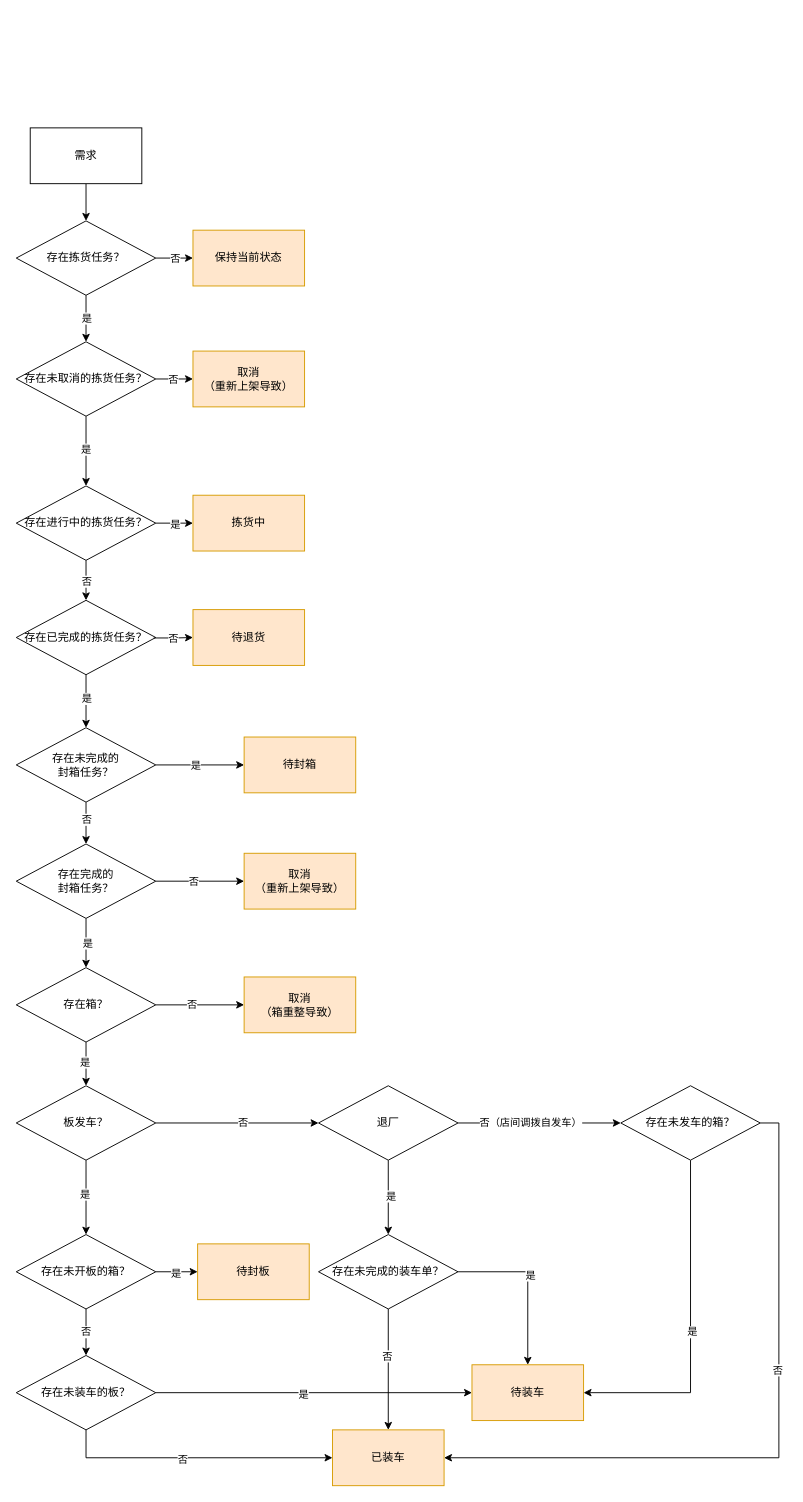
This is page "需求状态" (7 of 7) of work/revert/产生拣货批单.drawio from aspojo/diagrams, a draw.io file, before an edit. Source tidied: cells renumbered, new cells numbered last; positions are measured from the earlier drawing's top-left corner, leaving out a move shared by most shapes. Both pictures are drawn from the tidied source at 93%, with x=0, y=0 at pixel (16, 127).
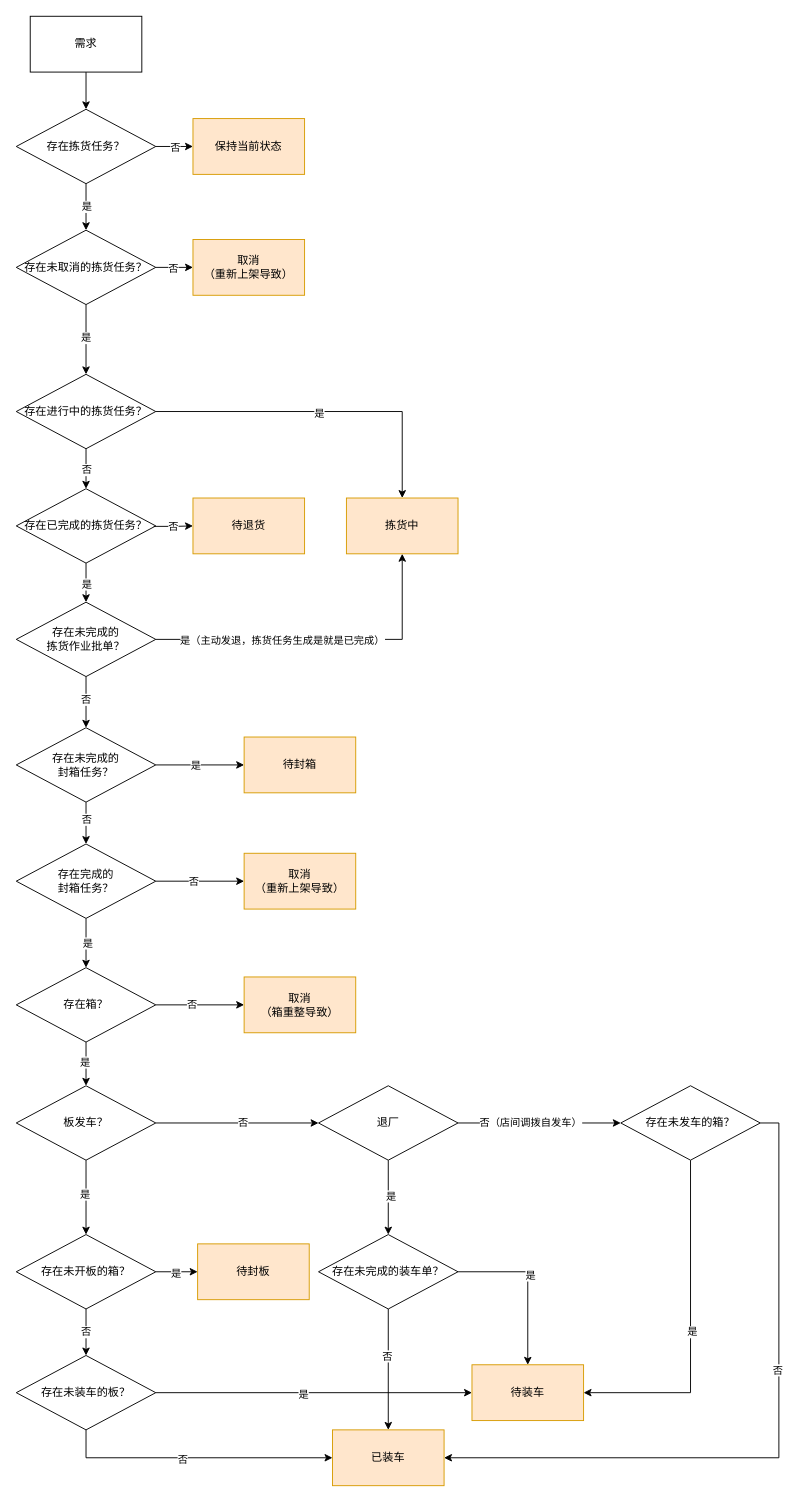
The same diagram, later.

Commit message:
更新产生拣货批单.drawio

The change refers to these unchanged cells:
```xml
<mxCell id="8" value="存在未完成的&lt;br&gt;封箱任务？" style="rhombus;whiteSpace=wrap;html=1;" parent="1" vertex="1">
  <mxGeometry y="645" width="150" height="80" as="geometry" />
</mxCell>
```

What changed in the source:
```diff
@@
     <mxCell id="3" value="需求" style="rounded=0;whiteSpace=wrap;html=1;" parent="1" vertex="1">
-      <mxGeometry x="15" width="120" height="60" as="geometry" />
+      <mxGeometry x="15" y="-120" width="120" height="60" as="geometry" />
     </mxCell>
@@
     <mxCell id="57" value="存在拣货任务？" style="rhombus;whiteSpace=wrap;html=1;" parent="1" vertex="1">
-      <mxGeometry y="100" width="150" height="80" as="geometry" />
+      <mxGeometry y="-20" width="150" height="80" as="geometry" />
     </mxCell>
@@
     <mxCell id="60" value="保持当前状态" style="whiteSpace=wrap;html=1;fillColor=#ffe6cc;strokeColor=#d79b00;" parent="1" vertex="1">
-      <mxGeometry x="190" y="110" width="120" height="60" as="geometry" />
+      <mxGeometry x="190" y="-10" width="120" height="60" as="geometry" />
     </mxCell>
@@
     <mxCell id="65" value="存在未取消的拣货任务？" style="rhombus;whiteSpace=wrap;html=1;" parent="1" vertex="1">
-      <mxGeometry y="230" width="150" height="80" as="geometry" />
+      <mxGeometry y="110" width="150" height="80" as="geometry" />
     </mxCell>
     <mxCell id="66" value="取消&lt;br&gt;（重新上架导致）" style="whiteSpace=wrap;html=1;fillColor=#ffe6cc;strokeColor=#d79b00;" parent="1" vertex="1">
-      <mxGeometry x="190" y="240" width="120" height="60" as="geometry" />
+      <mxGeometry x="190" y="120" width="120" height="60" as="geometry" />
     </mxCell>
@@
     <mxCell id="71" value="存在进行中的拣货任务？" style="rhombus;whiteSpace=wrap;html=1;" parent="1" vertex="1">
-      <mxGeometry y="385" width="150" height="80" as="geometry" />
+      <mxGeometry y="265" width="150" height="80" as="geometry" />
     </mxCell>
     <mxCell id="72" value="拣货中" style="whiteSpace=wrap;html=1;fillColor=#ffe6cc;strokeColor=#d79b00;" parent="1" vertex="1">
-      <mxGeometry x="190" y="395" width="120" height="60" as="geometry" />
+      <mxGeometry x="355" y="398" width="120" height="60" as="geometry" />
     </mxCell>
-    <mxCell id="73" style="edgeStyle=orthogonalEdgeStyle;rounded=0;jettySize=auto;html=1;" parent="1" edge="1" source="75" target="8">
+    <mxCell id="73" style="edgeStyle=orthogonalEdgeStyle;rounded=0;jettySize=auto;html=1;" parent="1" edge="1" source="75" target="83">
       <mxGeometry relative="1" as="geometry" />
     </mxCell>
@@
     <mxCell id="75" value="存在已完成的拣货任务？" style="rhombus;whiteSpace=wrap;html=1;" parent="1" vertex="1">
-      <mxGeometry y="508" width="150" height="80" as="geometry" />
+      <mxGeometry y="388" width="150" height="80" as="geometry" />
     </mxCell>
@@
     <mxCell id="78" value="待退货" style="whiteSpace=wrap;html=1;fillColor=#ffe6cc;strokeColor=#d79b00;" parent="1" vertex="1">
-      <mxGeometry x="190" y="518" width="120" height="60" as="geometry" />
+      <mxGeometry x="190" y="398" width="120" height="60" as="geometry" />
     </mxCell>
+    <mxCell id="79" style="edgeStyle=orthogonalEdgeStyle;rounded=0;jettySize=auto;html=1;" parent="1" edge="1" source="83" target="8">
+      <mxGeometry relative="1" as="geometry" />
+    </mxCell>
+    <mxCell id="80" value="否" style="edgeLabel;html=1;align=center;verticalAlign=middle;" parent="79" vertex="1">
+      <mxGeometry x="-0.12" y="-1" relative="1" as="geometry" />
+    </mxCell>
+    <mxCell id="81" style="edgeStyle=orthogonalEdgeStyle;rounded=0;jettySize=auto;html=1;" parent="1" edge="1" source="83" target="72">
+      <mxGeometry relative="1" as="geometry" />
+    </mxCell>
+    <mxCell id="82" value="是（主动发退，拣货任务生成是就是已完成）" style="edgeLabel;html=1;align=center;verticalAlign=middle;" parent="81" vertex="1">
+      <mxGeometry x="-0.16" relative="1" as="geometry">
+        <mxPoint x="-15" as="offset" />
+      </mxGeometry>
+    </mxCell>
+    <mxCell id="83" value="存在未完成的&lt;br&gt;拣货作业批单？" style="rhombus;whiteSpace=wrap;html=1;" parent="1" vertex="1">
+      <mxGeometry y="510" width="150" height="80" as="geometry" />
+    </mxCell>
```
